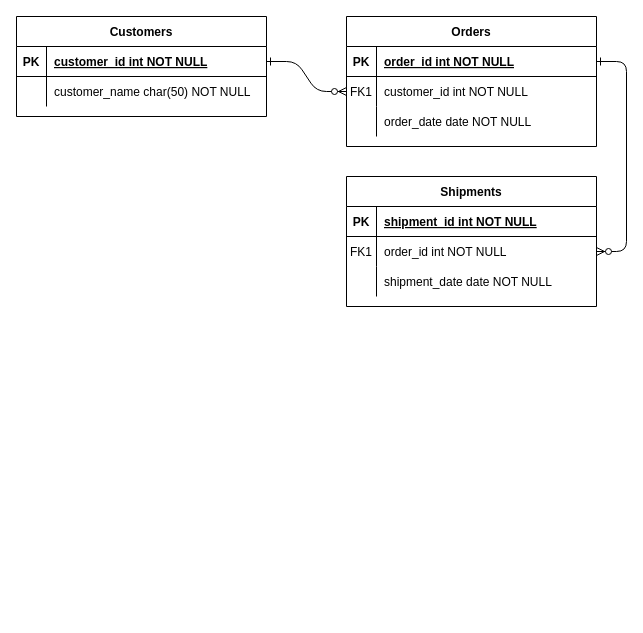
Before: src/com/library/Untitled Diagram.drawio in Sankaranarayanan-suresh/Library, a draw.io diagram. Source tidied: cells renumbered, new cells numbered last; positions are measured from the earlier drawing's top-left corner, leaving out a move shared by most shapes. Both pictures are drawn from the tidied source at 100%, with x=0, y=0 at pixel (16, 16).
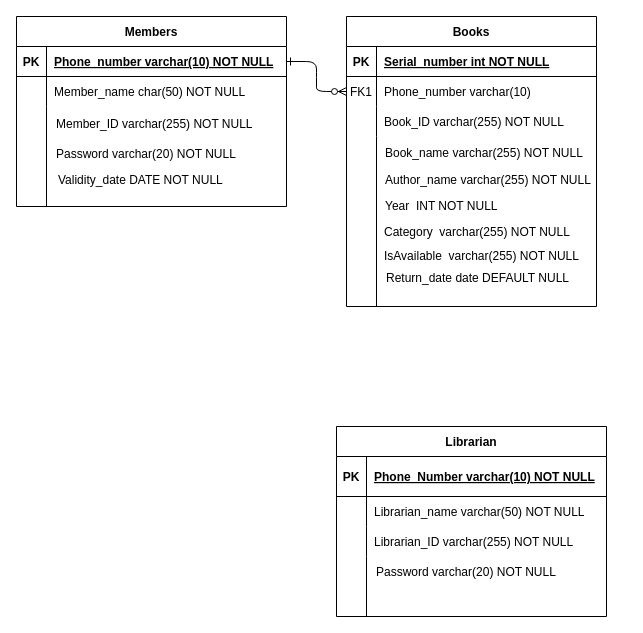
The same page after the edit.

The change refers to these unchanged cells:
```xml
<mxCell id="5" style="shape=partialRectangle;fillColor=none;points=[[0,0.5],[1,0.5]];portConstraint=eastwest;top=0;left=0;right=0;bottom=1;" parent="4" vertex="1">
  <mxGeometry y="30" width="250" height="30" as="geometry" />
</mxCell>
<mxCell id="8" style="shape=partialRectangle;fillColor=none;points=[[0,0.5],[1,0.5]];portConstraint=eastwest;top=0;left=0;right=0;bottom=0;" parent="4" vertex="1">
  <mxGeometry y="60" width="250" height="30" as="geometry" />
</mxCell>
<mxCell id="11" style="shape=partialRectangle;fillColor=none;top=0;left=0;right=0;bottom=0;" parent="4" vertex="1">
  <mxGeometry y="90" width="250" height="30" as="geometry" />
</mxCell>
```

Diff of the diagram source:
```diff
@@
-    <mxCell id="3" style="edgeStyle=entityRelationEdgeStyle;endArrow=ERzeroToMany;startArrow=ERone;endFill=1;startFill=0;" parent="1" edge="1" source="5" target="18">
-      <mxGeometry relative="1" as="geometry" />
-    </mxCell>
-    <mxCell id="4" value="Orders" style="shape=table;startSize=30;childLayout=tableLayout;rowLines=0;fontStyle=1;align=center;" parent="1" vertex="1">
-      <mxGeometry x="330" width="250" height="130" as="geometry" />
+    <mxCell id="4" value="Books" style="shape=table;startSize=30;childLayout=tableLayout;rowLines=0;fontStyle=1;align=center;" parent="1" vertex="1">
+      <mxGeometry x="330" width="250" height="290" as="geometry" />
     </mxCell>
@@
-    <mxCell id="7" value="order_id int NOT NULL " style="shape=partialRectangle;overflow=hidden;fillColor=none;top=0;left=0;bottom=0;right=0;align=left;spacingLeft=6;fontStyle=5;" parent="5" vertex="1">
+    <mxCell id="7" value="Serial_number int NOT NULL " style="shape=partialRectangle;overflow=hidden;fillColor=none;top=0;left=0;bottom=0;right=0;align=left;spacingLeft=6;fontStyle=5;" parent="5" vertex="1">
       <mxGeometry x="30" width="220" height="30" as="geometry" />
     </mxCell>
@@
-    <mxCell id="10" value="customer_id int NOT NULL" style="shape=partialRectangle;overflow=hidden;fillColor=none;top=0;left=0;bottom=0;right=0;align=left;spacingLeft=6;" parent="8" vertex="1">
+    <mxCell id="10" value="Phone_number varchar(10)" style="shape=partialRectangle;overflow=hidden;fillColor=none;top=0;left=0;bottom=0;right=0;align=left;spacingLeft=6;" parent="8" vertex="1">
       <mxGeometry x="30" width="220" height="30" as="geometry" />
     </mxCell>
@@
-    <mxCell id="13" value="order_date date NOT NULL" style="shape=partialRectangle;overflow=hidden;fillColor=none;top=0;left=0;bottom=0;right=0;align=left;spacingLeft=6;" parent="11" vertex="1">
+    <mxCell id="13" value="Book_ID varchar(255) NOT NULL" style="shape=partialRectangle;overflow=hidden;fillColor=none;top=0;left=0;bottom=0;right=0;align=left;spacingLeft=6;" parent="11" vertex="1">
       <mxGeometry x="30" width="220" height="30" as="geometry" />
     </mxCell>
-    <mxCell id="14" value="Shipments" style="shape=table;startSize=30;childLayout=tableLayout;rowLines=0;fontStyle=1;align=center;" parent="1" vertex="1">
-      <mxGeometry x="330" y="160" width="250" height="130" as="geometry" />
+    <mxCell id="14" value="Librarian" style="shape=table;startSize=30;childLayout=tableLayout;rowLines=0;fontStyle=1;align=center;" parent="1" vertex="1">
+      <mxGeometry x="320" y="410" width="270" height="190" as="geometry" />
     </mxCell>
     <mxCell id="15" style="shape=partialRectangle;fillColor=none;top=0;left=0;right=0;bottom=1;" parent="14" vertex="1">
-      <mxGeometry y="30" width="250" height="30" as="geometry" />
+      <mxGeometry y="30" width="270" height="40" as="geometry" />
     </mxCell>
     <mxCell id="16" value="PK" style="shape=partialRectangle;overflow=hidden;fillColor=none;top=0;left=0;bottom=0;right=0;fontStyle=1;" parent="15" vertex="1">
-      <mxGeometry width="30" height="30" as="geometry" />
+      <mxGeometry width="30" height="40" as="geometry" />
     </mxCell>
-    <mxCell id="17" value="shipment_id int NOT NULL " style="shape=partialRectangle;overflow=hidden;fillColor=none;top=0;left=0;bottom=0;right=0;align=left;spacingLeft=6;fontStyle=5;" parent="15" vertex="1">
-      <mxGeometry x="30" width="220" height="30" as="geometry" />
+    <mxCell id="17" value="Phone_Number varchar(10) NOT NULL " style="shape=partialRectangle;overflow=hidden;fillColor=none;top=0;left=0;bottom=0;right=0;align=left;spacingLeft=6;fontStyle=5;" parent="15" vertex="1">
+      <mxGeometry x="30" width="240" height="40" as="geometry" />
     </mxCell>
     <mxCell id="18" style="shape=partialRectangle;fillColor=none;points=[[0,0.5],[1,0.5]];portConstraint=eastwest;top=0;left=0;right=0;bottom=0;" parent="14" vertex="1">
-      <mxGeometry y="60" width="250" height="30" as="geometry" />
+      <mxGeometry y="70" width="270" height="30" as="geometry" />
     </mxCell>
-    <mxCell id="19" value="FK1" style="shape=partialRectangle;overflow=hidden;fillColor=none;top=0;left=0;bottom=0;right=0;" parent="18" vertex="1">
+    <mxCell id="19" style="shape=partialRectangle;overflow=hidden;fillColor=none;top=0;left=0;bottom=0;right=0;" parent="18" vertex="1">
       <mxGeometry width="30" height="30" as="geometry" />
     </mxCell>
-    <mxCell id="20" value="order_id int NOT NULL" style="shape=partialRectangle;overflow=hidden;fillColor=none;top=0;left=0;bottom=0;right=0;align=left;spacingLeft=6;" parent="18" vertex="1">
-      <mxGeometry x="30" width="220" height="30" as="geometry" />
+    <mxCell id="20" value="Librarian_name varchar(50) NOT NULL" style="shape=partialRectangle;overflow=hidden;fillColor=none;top=0;left=0;bottom=0;right=0;align=left;spacingLeft=6;" parent="18" vertex="1">
+      <mxGeometry x="30" width="240" height="30" as="geometry" />
     </mxCell>
     <mxCell id="21" style="shape=partialRectangle;fillColor=none;top=0;left=0;right=0;bottom=0;" parent="14" vertex="1">
-      <mxGeometry y="90" width="250" height="30" as="geometry" />
+      <mxGeometry y="100" width="270" height="30" as="geometry" />
     </mxCell>
@@
-    <mxCell id="23" value="shipment_date date NOT NULL" style="shape=partialRectangle;overflow=hidden;fillColor=none;top=0;left=0;bottom=0;right=0;align=left;spacingLeft=6;" parent="21" vertex="1">
-      <mxGeometry x="30" width="220" height="30" as="geometry" />
+    <mxCell id="23" value="Librarian_ID varchar(255) NOT NULL" style="shape=partialRectangle;overflow=hidden;fillColor=none;top=0;left=0;bottom=0;right=0;align=left;spacingLeft=6;" parent="21" vertex="1">
+      <mxGeometry x="30" width="240" height="30" as="geometry" />
     </mxCell>
-    <mxCell id="24" value="Customers" style="shape=table;startSize=30;childLayout=tableLayout;rowLines=0;fontStyle=1;align=center;" parent="1" vertex="1">
-      <mxGeometry width="250" height="100" as="geometry" />
+    <mxCell id="24" value="Members" style="shape=table;startSize=30;childLayout=tableLayout;rowLines=0;fontStyle=1;align=center;" parent="1" vertex="1">
+      <mxGeometry width="270" height="190" as="geometry" />
     </mxCell>
     <mxCell id="25" style="shape=partialRectangle;fillColor=none;points=[[0,0.5],[1,0.5]];portConstraint=eastwest;top=0;left=0;right=0;bottom=1;" parent="24" vertex="1">
-      <mxGeometry y="30" width="250" height="30" as="geometry" />
+      <mxGeometry y="30" width="270" height="30" as="geometry" />
     </mxCell>
@@
-    <mxCell id="27" value="customer_id int NOT NULL " style="shape=partialRectangle;overflow=hidden;fillColor=none;top=0;left=0;bottom=0;right=0;align=left;spacingLeft=6;fontStyle=5;" parent="25" vertex="1">
-      <mxGeometry x="30" width="220" height="30" as="geometry" />
+    <mxCell id="27" value="Phone_number varchar(10) NOT NULL " style="shape=partialRectangle;overflow=hidden;fillColor=none;top=0;left=0;bottom=0;right=0;align=left;spacingLeft=6;fontStyle=5;" parent="25" vertex="1">
+      <mxGeometry x="30" width="240" height="30" as="geometry" />
     </mxCell>
     <mxCell id="28" style="shape=partialRectangle;fillColor=none;top=0;left=0;right=0;bottom=0;" parent="24" vertex="1">
-      <mxGeometry y="60" width="250" height="30" as="geometry" />
+      <mxGeometry y="60" width="270" height="30" as="geometry" />
     </mxCell>
@@
-    <mxCell id="30" value="customer_name char(50) NOT NULL" style="shape=partialRectangle;overflow=hidden;fillColor=none;top=0;left=0;bottom=0;right=0;align=left;spacingLeft=6;" parent="28" vertex="1">
-      <mxGeometry x="30" width="220" height="30" as="geometry" />
+    <mxCell id="30" value="Member_name char(50) NOT NULL" style="shape=partialRectangle;overflow=hidden;fillColor=none;top=0;left=0;bottom=0;right=0;align=left;spacingLeft=6;" parent="28" vertex="1">
+      <mxGeometry x="30" width="240" height="30" as="geometry" />
     </mxCell>
+    <mxCell id="31" style="endArrow=none;html=1;rounded=0;" parent="1" edge="1">
+      <mxGeometry relative="1" as="geometry">
+        <mxPoint x="30" y="190" as="sourcePoint" />
+        <mxPoint x="30" y="90" as="targetPoint" />
+      </mxGeometry>
+    </mxCell>
+    <mxCell id="32" value="Member_ID varchar(255) NOT NULL" style="shape=partialRectangle;overflow=hidden;fillColor=none;top=0;left=0;bottom=0;right=0;align=left;spacingLeft=6;" parent="1" vertex="1">
+      <mxGeometry x="32" y="92" width="240" height="30" as="geometry" />
+    </mxCell>
+    <mxCell id="33" value="Password varchar(20) NOT NULL" style="shape=partialRectangle;overflow=hidden;fillColor=none;top=0;left=0;bottom=0;right=0;align=left;spacingLeft=6;" parent="1" vertex="1">
+      <mxGeometry x="32" y="122" width="240" height="30" as="geometry" />
+    </mxCell>
+    <mxCell id="34" value="Validity_date DATE NOT NULL" style="shape=partialRectangle;overflow=hidden;fillColor=none;top=0;left=0;bottom=0;right=0;align=left;spacingLeft=6;" parent="1" vertex="1">
+      <mxGeometry x="34" y="148" width="240" height="30" as="geometry" />
+    </mxCell>
+    <mxCell id="35" style="endArrow=none;html=1;rounded=0;" parent="1" edge="1">
+      <mxGeometry relative="1" as="geometry">
+        <mxPoint x="360" y="290" as="sourcePoint" />
+        <mxPoint x="360" y="120" as="targetPoint" />
+      </mxGeometry>
+    </mxCell>
+    <mxCell id="36" value="Book_name varchar(255) NOT NULL" style="shape=partialRectangle;overflow=hidden;fillColor=none;top=0;left=0;bottom=0;right=0;align=left;spacingLeft=6;" parent="1" vertex="1">
+      <mxGeometry x="361" y="121" width="220" height="30" as="geometry" />
+    </mxCell>
+    <mxCell id="37" value="Author_name varchar(255) NOT NULL" style="shape=partialRectangle;overflow=hidden;fillColor=none;top=0;left=0;bottom=0;right=0;align=left;spacingLeft=6;" parent="1" vertex="1">
+      <mxGeometry x="361" y="148" width="220" height="30" as="geometry" />
+    </mxCell>
+    <mxCell id="38" value="Year  INT NOT NULL" style="shape=partialRectangle;overflow=hidden;fillColor=none;top=0;left=0;bottom=0;right=0;align=left;spacingLeft=6;" parent="1" vertex="1">
+      <mxGeometry x="361" y="174" width="220" height="30" as="geometry" />
+    </mxCell>
+    <mxCell id="39" value="Category  varchar(255) NOT NULL" style="shape=partialRectangle;overflow=hidden;fillColor=none;top=0;left=0;bottom=0;right=0;align=left;spacingLeft=6;" parent="1" vertex="1">
+      <mxGeometry x="360" y="200" width="220" height="30" as="geometry" />
+    </mxCell>
+    <mxCell id="40" value="IsAvailable  varchar(255) NOT NULL" style="shape=partialRectangle;overflow=hidden;fillColor=none;top=0;left=0;bottom=0;right=0;align=left;spacingLeft=6;" parent="1" vertex="1">
+      <mxGeometry x="360" y="224" width="220" height="30" as="geometry" />
+    </mxCell>
+    <mxCell id="41" value="Return_date date DEFAULT NULL" style="shape=partialRectangle;overflow=hidden;fillColor=none;top=0;left=0;bottom=0;right=0;align=left;spacingLeft=6;" parent="1" vertex="1">
+      <mxGeometry x="362" y="246" width="220" height="30" as="geometry" />
+    </mxCell>
+    <mxCell id="42" style="endArrow=none;html=1;rounded=0;" parent="1" edge="1">
+      <mxGeometry relative="1" as="geometry">
+        <mxPoint x="350" y="600" as="sourcePoint" />
+        <mxPoint x="350" y="540" as="targetPoint" />
+      </mxGeometry>
+    </mxCell>
+    <mxCell id="43" value="Password varchar(20) NOT NULL" style="shape=partialRectangle;overflow=hidden;fillColor=none;top=0;left=0;bottom=0;right=0;align=left;spacingLeft=6;" parent="1" vertex="1">
+      <mxGeometry x="352" y="540" width="240" height="30" as="geometry" />
+    </mxCell>
```
